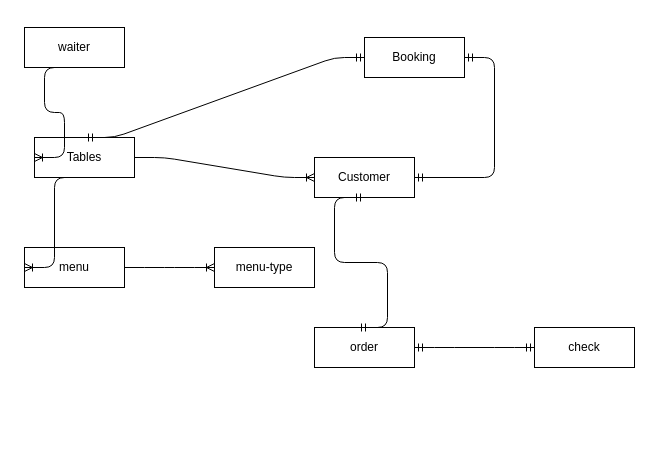
Earlier version of the draw.io diagram Untitled Diagram.drawio (Dmitryitis/Restotanr). Source tidied: cells renumbered, new cells numbered last; positions are measured from the earlier drawing's top-left corner, leaving out a move shared by most shapes. Both pictures are drawn from the tidied source at 100%, with x=0, y=0 at pixel (24, 27).
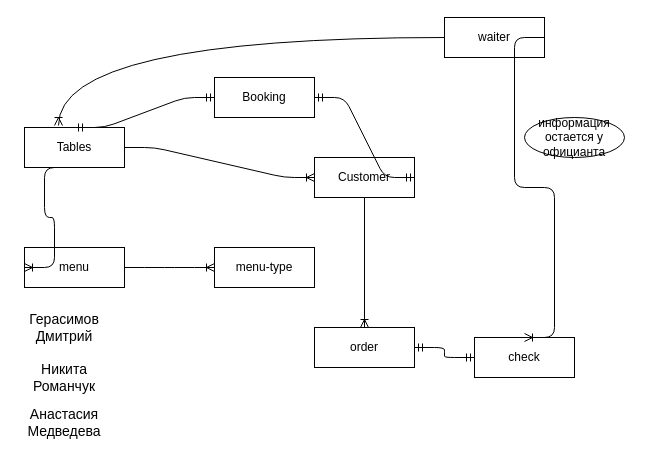
The same page after the edit.

The change refers to these unchanged cells:
```xml
<mxCell id="3" value="Customer" style="whiteSpace=wrap;html=1;align=center;" parent="1" vertex="1">
  <mxGeometry x="290" y="130" width="100" height="40" as="geometry" />
</mxCell>
<mxCell id="8" value="order" style="whiteSpace=wrap;html=1;align=center;" parent="1" vertex="1">
  <mxGeometry x="290" y="300" width="100" height="40" as="geometry" />
</mxCell>
```

Change to the diagram source:
```diff
@@
     <mxCell id="4" value="Tables" style="whiteSpace=wrap;html=1;align=center;" parent="1" vertex="1">
-      <mxGeometry x="10" y="110" width="100" height="40" as="geometry" />
+      <mxGeometry y="100" width="100" height="40" as="geometry" />
     </mxCell>
     <mxCell id="5" value="Booking" style="whiteSpace=wrap;html=1;align=center;" parent="1" vertex="1">
-      <mxGeometry x="340" y="10" width="100" height="40" as="geometry" />
+      <mxGeometry x="190" y="50" width="100" height="40" as="geometry" />
     </mxCell>
@@
-    <mxCell id="9" style="edgeStyle=entityRelationEdgeStyle;fontSize=12;html=1;endArrow=ERmandOne;startArrow=ERmandOne;entryX=0.5;entryY=1;entryDx=0;entryDy=0;exitX=0.43;exitY=0;exitDx=0;exitDy=0;exitPerimeter=0;" parent="1" edge="1" source="8" target="3">
-      <mxGeometry relative="1" as="geometry" />
-    </mxCell>
     <mxCell id="10" value="check" style="whiteSpace=wrap;html=1;align=center;" parent="1" vertex="1">
-      <mxGeometry x="510" y="300" width="100" height="40" as="geometry" />
+      <mxGeometry x="450" y="310" width="100" height="40" as="geometry" />
     </mxCell>
     <mxCell id="11" value="waiter" style="whiteSpace=wrap;html=1;align=center;" parent="1" vertex="1">
-      <mxGeometry width="100" height="40" as="geometry" />
+      <mxGeometry x="420" y="-10" width="100" height="40" as="geometry" />
     </mxCell>
-    <mxCell id="12" style="edgeStyle=entityRelationEdgeStyle;fontSize=12;html=1;endArrow=ERoneToMany;exitX=0.5;exitY=1;exitDx=0;exitDy=0;entryX=0;entryY=0.5;entryDx=0;entryDy=0;" parent="1" edge="1" source="11" target="4">
-      <mxGeometry relative="1" as="geometry" />
-    </mxCell>
@@
+    <mxCell id="18" style="edgeStyle=entityRelationEdgeStyle;fontSize=12;html=1;endArrow=ERoneToMany;entryX=0.5;entryY=0;entryDx=0;entryDy=0;exitX=1;exitY=0.5;exitDx=0;exitDy=0;" parent="1" edge="1" source="11" target="10">
+      <mxGeometry relative="1" as="geometry" />
+    </mxCell>
+    <mxCell id="12" style="edgeStyle=orthogonalEdgeStyle;fontSize=12;html=1;endArrow=ERoneToMany;curved=1;entryX=0.34;entryY=-0.05;entryDx=0;entryDy=0;entryPerimeter=0;exitX=0;exitY=0.5;exitDx=0;exitDy=0;" parent="1" edge="1" source="11" target="4">
+      <mxGeometry relative="1" as="geometry" />
+    </mxCell>
+    <mxCell id="19" value="информация остается у официанта" style="ellipse;whiteSpace=wrap;html=1;align=center;" parent="1" vertex="1">
+      <mxGeometry x="500" y="90" width="100" height="40" as="geometry" />
+    </mxCell>
+    <mxCell id="20" style="fontSize=12;html=1;endArrow=ERoneToMany;exitX=0.5;exitY=1;exitDx=0;exitDy=0;entryX=0.5;entryY=0;entryDx=0;entryDy=0;" parent="1" edge="1" source="3" target="8">
+      <mxGeometry relative="1" as="geometry" />
+    </mxCell>
+    <mxCell id="21" value="Герасимов Дмитрий" style="text;html=1;strokeColor=none;fillColor=none;align=center;verticalAlign=middle;whiteSpace=wrap;rounded=0;fontSize=14;" parent="1" vertex="1">
+      <mxGeometry x="10" y="290" width="60" height="20" as="geometry" />
+    </mxCell>
+    <mxCell id="22" value="Никита Романчук" style="text;html=1;strokeColor=none;fillColor=none;align=center;verticalAlign=middle;whiteSpace=wrap;rounded=0;fontSize=14;" parent="1" vertex="1">
+      <mxGeometry x="10" y="340" width="60" height="20" as="geometry" />
+    </mxCell>
+    <mxCell id="23" value="Анастасия Медведева" style="text;html=1;strokeColor=none;fillColor=none;align=center;verticalAlign=middle;whiteSpace=wrap;rounded=0;fontSize=14;" parent="1" vertex="1">
+      <mxGeometry x="20" y="385" width="40" height="20" as="geometry" />
+    </mxCell>
```
